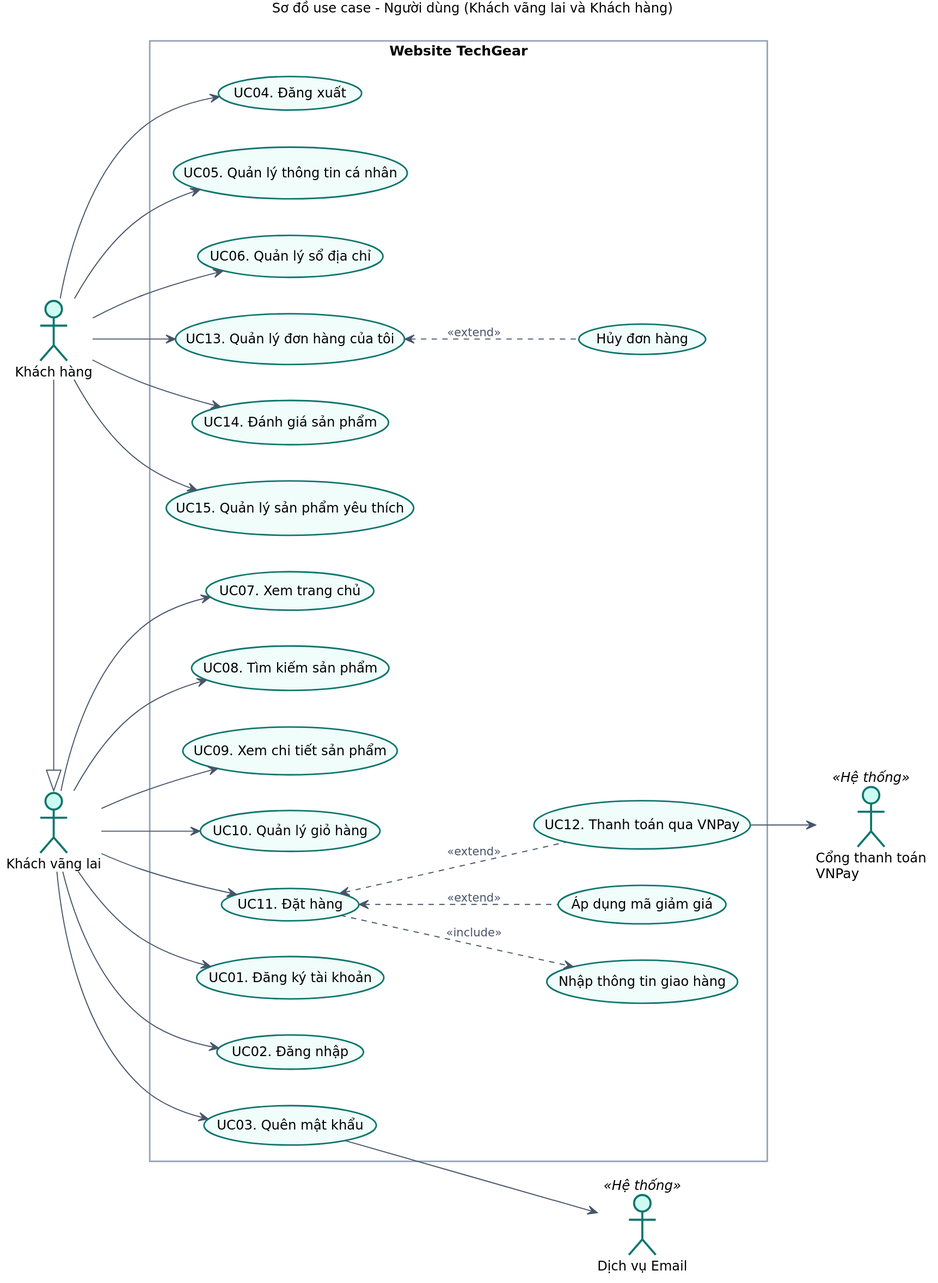
phdinh254/TechGear keeps this PlantUML diagram as docs/so-do-use-case/10_uc_nguoi_dung.svg. Above is the earlier version. Source of this version:
```plantuml
@startuml UC_NguoiDung
title Sơ đồ use case - Người dùng (Khách vãng lai và Khách hàng)
skinparam defaultFontName "DejaVu Sans"
skinparam defaultFontSize 13
skinparam shadowing false
skinparam dpi 130
skinparam packageStyle rectangle
skinparam usecase {
  BackgroundColor #F0FDFA
  BorderColor #0F766E
  ArrowColor #475569
}
skinparam actor {
  BorderColor #0F766E
  BackgroundColor #CCFBF1
}
skinparam rectangle {
  BorderColor #94A3B8
  FontStyle bold
}
skinparam ArrowFontSize 11
skinparam ArrowFontColor #475569
left to right direction

actor "Khách vãng lai" as KVL
actor "Khách hàng" as KH
actor "Cổng thanh toán\nVNPay" as VNP <<Hệ thống>>
actor "Dịch vụ Email" as MAIL <<Hệ thống>>

KH -|> KVL

rectangle "Website TechGear" {
  usecase "UC07. Xem trang chủ" as UC07
  usecase "UC08. Tìm kiếm sản phẩm" as UC08
  usecase "UC09. Xem chi tiết sản phẩm" as UC09
  usecase "UC10. Quản lý giỏ hàng" as UC10
  usecase "UC11. Đặt hàng" as UC11
  usecase "Nhập thông tin giao hàng" as INC1
  usecase "Áp dụng mã giảm giá" as EXT1
  usecase "UC12. Thanh toán qua VNPay" as UC12
  usecase "UC01. Đăng ký tài khoản" as UC01
  usecase "UC02. Đăng nhập" as UC02
  usecase "UC03. Quên mật khẩu" as UC03

  usecase "UC04. Đăng xuất" as UC04
  usecase "UC05. Quản lý thông tin cá nhân" as UC05
  usecase "UC06. Quản lý sổ địa chỉ" as UC06
  usecase "UC13. Quản lý đơn hàng của tôi" as UC13
  usecase "Hủy đơn hàng" as EXT2
  usecase "UC14. Đánh giá sản phẩm" as UC14
  usecase "UC15. Quản lý sản phẩm yêu thích" as UC15
}

KVL --> UC07
KVL --> UC08
KVL --> UC09
KVL --> UC10
KVL --> UC11
KVL --> UC01
KVL --> UC02
KVL --> UC03

KH --> UC04
KH --> UC05
KH --> UC06
KH --> UC13
KH --> UC14
KH --> UC15

UC11 ..> INC1 : <<include>>
UC11 <.. EXT1 : <<extend>>
UC11 <.. UC12 : <<extend>>
UC13 <.. EXT2 : <<extend>>

UC12 --> VNP
UC03 --> MAIL
@enduml
```
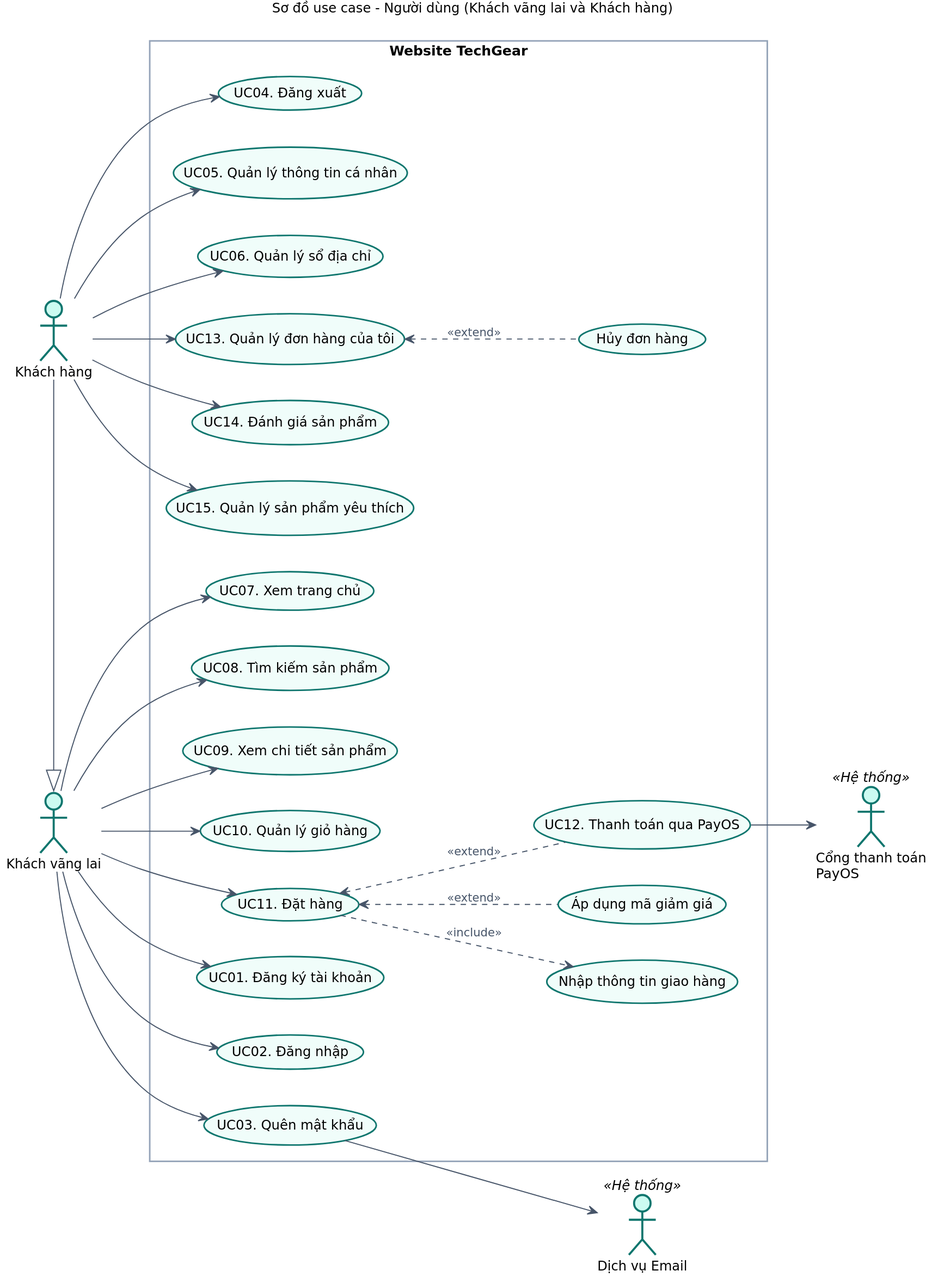
After the change.

Diff of the diagram source:
```diff
@@ -24,7 +24,7 @@
 
 actor "Khách vãng lai" as KVL
 actor "Khách hàng" as KH
-actor "Cổng thanh toán\nVNPay" as VNP <<Hệ thống>>
+actor "Cổng thanh toán\nPayOS" as PAYOS <<Hệ thống>>
 actor "Dịch vụ Email" as MAIL <<Hệ thống>>
 
 KH -|> KVL
@@ -37,7 +37,7 @@
   usecase "UC11. Đặt hàng" as UC11
   usecase "Nhập thông tin giao hàng" as INC1
   usecase "Áp dụng mã giảm giá" as EXT1
-  usecase "UC12. Thanh toán qua VNPay" as UC12
+  usecase "UC12. Thanh toán qua PayOS" as UC12
   usecase "UC01. Đăng ký tài khoản" as UC01
   usecase "UC02. Đăng nhập" as UC02
   usecase "UC03. Quên mật khẩu" as UC03
@@ -72,6 +72,6 @@
 UC11 <.. UC12 : <<extend>>
 UC13 <.. EXT2 : <<extend>>
 
-UC12 --> VNP
+UC12 --> PAYOS
 UC03 --> MAIL
 @enduml
```
